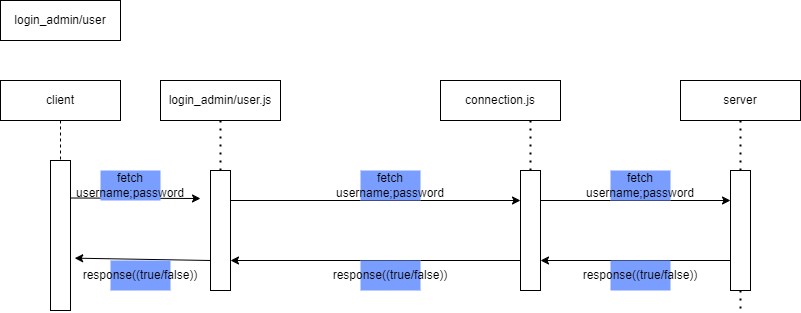
Above: public/Diagrammi/diagramma_seq.drawio.png in teemoisaslave/Chat (draw.io), before the change. Source tidied: cells renumbered, new cells last; positions are measured from the earlier drawing's top-left corner, leaving out a move shared by most shapes. The source it was exported from:
```xml
<mxGraphModel>
  <root>
    <mxCell id="0" />
    <mxCell id="1" parent="0" />
    <mxCell id="2" value="login_admin/user" style="rounded=0;whiteSpace=wrap;html=1;" parent="1" vertex="1">
      <mxGeometry width="120" height="40" as="geometry" />
    </mxCell>
    <mxCell id="3" value="client" style="rounded=0;whiteSpace=wrap;html=1;" parent="1" vertex="1">
      <mxGeometry y="80" width="120" height="40" as="geometry" />
    </mxCell>
    <mxCell id="4" style="endArrow=none;dashed=1;html=1;rounded=0;exitX=0.5;exitY=1;exitDx=0;exitDy=0;" parent="1" edge="1" source="3">
      <mxGeometry relative="1" as="geometry">
        <mxPoint x="60" y="160" as="targetPoint" />
      </mxGeometry>
    </mxCell>
    <mxCell id="5" style="rounded=0;whiteSpace=wrap;html=1;" parent="1" vertex="1">
      <mxGeometry x="50" y="160" width="20" height="150" as="geometry" />
    </mxCell>
    <mxCell id="6" style="endArrow=classic;html=1;rounded=0;exitX=1;exitY=0.25;exitDx=0;exitDy=0;" parent="1" edge="1" source="5">
      <mxGeometry relative="1" as="geometry">
        <mxPoint x="200" y="198" as="targetPoint" />
      </mxGeometry>
    </mxCell>
    <mxCell id="7" value="&lt;div&gt;fetch&lt;/div&gt;&lt;div&gt;username;password&lt;br&gt;&lt;/div&gt;" style="text;html=1;align=center;verticalAlign=middle;whiteSpace=wrap;rounded=0;fillColor=#7A9EFF;" parent="1" vertex="1">
      <mxGeometry x="100" y="170" width="60" height="30" as="geometry" />
    </mxCell>
    <mxCell id="8" style="rounded=0;whiteSpace=wrap;html=1;" parent="1" vertex="1">
      <mxGeometry x="210" y="170" width="20" height="120" as="geometry" />
    </mxCell>
    <mxCell id="9" value="login_admin/user.js" style="rounded=0;whiteSpace=wrap;html=1;" parent="1" vertex="1">
      <mxGeometry x="160" y="80" width="120" height="40" as="geometry" />
    </mxCell>
    <mxCell id="10" value="connection.js" style="rounded=0;whiteSpace=wrap;html=1;" parent="1" vertex="1">
      <mxGeometry x="440" y="80" width="120" height="40" as="geometry" />
    </mxCell>
    <mxCell id="11" style="rounded=0;whiteSpace=wrap;html=1;" parent="1" vertex="1">
      <mxGeometry x="520" y="170" width="20" height="120" as="geometry" />
    </mxCell>
    <mxCell id="12" style="endArrow=classic;html=1;rounded=0;exitX=1;exitY=0.25;exitDx=0;exitDy=0;entryX=0;entryY=0.25;entryDx=0;entryDy=0;" parent="1" edge="1" source="8" target="11">
      <mxGeometry relative="1" as="geometry" />
    </mxCell>
    <mxCell id="13" value="&lt;div&gt;fetch&lt;/div&gt;&lt;div&gt;username;password&lt;br&gt;&lt;/div&gt;" style="text;html=1;align=center;verticalAlign=middle;whiteSpace=wrap;rounded=0;fillColor=#7A9EFF;" parent="1" vertex="1">
      <mxGeometry x="360" y="170" width="60" height="30" as="geometry" />
    </mxCell>
    <mxCell id="14" value="server" style="rounded=0;whiteSpace=wrap;html=1;" parent="1" vertex="1">
      <mxGeometry x="680" y="80" width="120" height="40" as="geometry" />
    </mxCell>
    <mxCell id="15" style="endArrow=none;dashed=1;html=1;dashPattern=1 3;strokeWidth=2;rounded=0;exitX=0.5;exitY=1;exitDx=0;exitDy=0;entryX=0.5;entryY=0;entryDx=0;entryDy=0;" parent="1" edge="1" source="9" target="8">
      <mxGeometry relative="1" as="geometry" />
    </mxCell>
    <mxCell id="16" style="endArrow=none;dashed=1;html=1;dashPattern=1 3;strokeWidth=2;rounded=0;exitX=0.75;exitY=1;exitDx=0;exitDy=0;entryX=0.5;entryY=0;entryDx=0;entryDy=0;" parent="1" edge="1" source="10" target="11">
      <mxGeometry relative="1" as="geometry" />
    </mxCell>
    <mxCell id="17" style="endArrow=none;dashed=1;html=1;dashPattern=1 3;strokeWidth=2;rounded=0;exitX=0.5;exitY=1;exitDx=0;exitDy=0;" parent="1" edge="1" source="19">
      <mxGeometry relative="1" as="geometry">
        <mxPoint x="740" y="310" as="targetPoint" />
      </mxGeometry>
    </mxCell>
    <mxCell id="18" style="endArrow=none;dashed=1;html=1;dashPattern=1 3;strokeWidth=2;rounded=0;exitX=0.5;exitY=1;exitDx=0;exitDy=0;" parent="1" edge="1" source="14" target="19">
      <mxGeometry relative="1" as="geometry" />
    </mxCell>
    <mxCell id="19" style="rounded=0;whiteSpace=wrap;html=1;" parent="1" vertex="1">
      <mxGeometry x="730" y="170" width="20" height="120" as="geometry" />
    </mxCell>
    <mxCell id="20" style="endArrow=classic;html=1;rounded=0;exitX=1;exitY=0.25;exitDx=0;exitDy=0;entryX=0;entryY=0.25;entryDx=0;entryDy=0;" parent="1" edge="1" source="11" target="19">
      <mxGeometry relative="1" as="geometry" />
    </mxCell>
    <mxCell id="21" value="&lt;div&gt;fetch&lt;/div&gt;&lt;div&gt;username;password&lt;br&gt;&lt;/div&gt;" style="text;html=1;align=center;verticalAlign=middle;whiteSpace=wrap;rounded=0;fillColor=#7A9EFF;" parent="1" vertex="1">
      <mxGeometry x="610" y="170" width="60" height="30" as="geometry" />
    </mxCell>
    <mxCell id="22" style="endArrow=classic;html=1;rounded=0;exitX=0;exitY=0.75;exitDx=0;exitDy=0;entryX=1;entryY=0.75;entryDx=0;entryDy=0;" parent="1" edge="1" source="19" target="11">
      <mxGeometry relative="1" as="geometry" />
    </mxCell>
    <mxCell id="23" style="endArrow=classic;html=1;rounded=0;exitX=0;exitY=0.75;exitDx=0;exitDy=0;entryX=1;entryY=0.75;entryDx=0;entryDy=0;" parent="1" edge="1" source="11" target="8">
      <mxGeometry relative="1" as="geometry" />
    </mxCell>
    <mxCell id="24" style="endArrow=classic;html=1;rounded=0;exitX=0;exitY=0.75;exitDx=0;exitDy=0;entryX=1.21;entryY=0.651;entryDx=0;entryDy=0;entryPerimeter=0;" parent="1" edge="1" source="8" target="5">
      <mxGeometry relative="1" as="geometry" />
    </mxCell>
    <mxCell id="25" value="response((true/false))" style="text;html=1;align=center;verticalAlign=middle;whiteSpace=wrap;rounded=0;fillColor=#7A9EFF;" parent="1" vertex="1">
      <mxGeometry x="610" y="260" width="60" height="30" as="geometry" />
    </mxCell>
    <mxCell id="26" value="response((true/false))" style="text;html=1;align=center;verticalAlign=middle;whiteSpace=wrap;rounded=0;fillColor=#7A9EFF;" parent="1" vertex="1">
      <mxGeometry x="360" y="260" width="60" height="30" as="geometry" />
    </mxCell>
    <mxCell id="27" value="response((true/false))" style="text;html=1;align=center;verticalAlign=middle;whiteSpace=wrap;rounded=0;fillColor=#7A9EFF;" parent="1" vertex="1">
      <mxGeometry x="110" y="260" width="60" height="30" as="geometry" />
    </mxCell>
  </root>
</mxGraphModel>
```
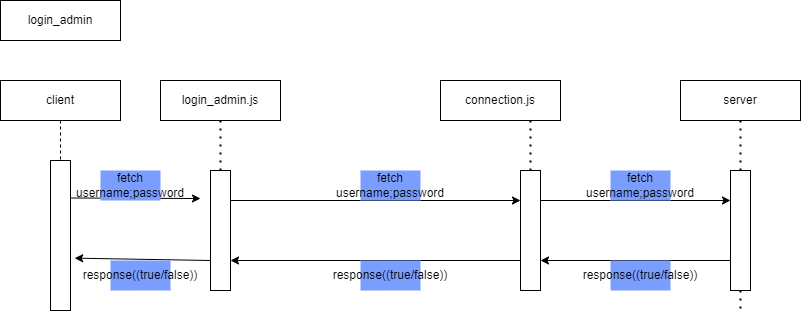
After the commit.

Diff of the diagram source:
```diff
@@ -2,7 +2,7 @@
   <root>
     <mxCell id="0" />
     <mxCell id="1" parent="0" />
-    <mxCell id="2" value="login_admin/user" style="rounded=0;whiteSpace=wrap;html=1;" parent="1" vertex="1">
+    <mxCell id="2" value="login_admin" style="rounded=0;whiteSpace=wrap;html=1;" parent="1" vertex="1">
       <mxGeometry width="120" height="40" as="geometry" />
     </mxCell>
     <mxCell id="3" value="client" style="rounded=0;whiteSpace=wrap;html=1;" parent="1" vertex="1">
@@ -27,7 +27,7 @@
     <mxCell id="8" style="rounded=0;whiteSpace=wrap;html=1;" parent="1" vertex="1">
       <mxGeometry x="210" y="170" width="20" height="120" as="geometry" />
     </mxCell>
-    <mxCell id="9" value="login_admin/user.js" style="rounded=0;whiteSpace=wrap;html=1;" parent="1" vertex="1">
+    <mxCell id="9" value="login_admin.js" style="rounded=0;whiteSpace=wrap;html=1;" parent="1" vertex="1">
       <mxGeometry x="160" y="80" width="120" height="40" as="geometry" />
     </mxCell>
     <mxCell id="10" value="connection.js" style="rounded=0;whiteSpace=wrap;html=1;" parent="1" vertex="1">
```
